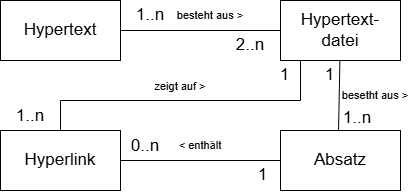
Hi2272/Hi2272.github.io keeps this draw.io diagram as 00Informatik/00Informatik7/03Klassendiagramm/Klassendiagramm.png. Above is the earlier version. Source tidied: cells renumbered, new cells last; positions are measured from the earlier drawing's top-left corner, leaving out a move shared by most shapes.
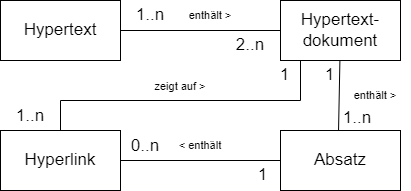
After the change.

Commit message:
Klassendiagramm enthält

Change to the diagram source:
```diff
@@ -13,7 +13,7 @@
         <mxPoint x="338" y="132" as="targetPoint" />
       </mxGeometry>
     </mxCell>
-    <mxCell id="5" value="Hypertext-&lt;br&gt;datei" style="rounded=0;whiteSpace=wrap;html=1;fontSize=17;" parent="1" vertex="1">
+    <mxCell id="5" value="Hypertext-&lt;br&gt;dokument" style="rounded=0;whiteSpace=wrap;html=1;fontSize=17;" parent="1" vertex="1">
       <mxGeometry x="280" width="120" height="60" as="geometry" />
     </mxCell>
     <mxCell id="6" style="shape=connector;rounded=0;jettySize=auto;html=1;strokeColor=default;align=center;verticalAlign=middle;fontFamily=Helvetica;fontSize=11;fontColor=default;labelBackgroundColor=default;endArrow=none;endFill=0;edgeStyle=orthogonalEdgeStyle;" parent="1" edge="1" source="7">
@@ -43,10 +43,10 @@
     <mxCell id="12" value="1..n" style="text;html=1;whiteSpace=wrap;strokeColor=none;fillColor=none;align=center;verticalAlign=middle;rounded=0;fontSize=17;" parent="1" vertex="1">
       <mxGeometry x="120" width="60" height="30" as="geometry" />
     </mxCell>
-    <mxCell id="13" value="besteht aus &amp;gt;" style="text;html=1;whiteSpace=wrap;strokeColor=none;fillColor=none;align=center;verticalAlign=middle;rounded=0;fontFamily=Helvetica;fontSize=11;fontColor=default;labelBackgroundColor=default;" parent="1" vertex="1">
+    <mxCell id="13" value="enthält &amp;gt;" style="text;html=1;whiteSpace=wrap;strokeColor=none;fillColor=none;align=center;verticalAlign=middle;rounded=0;fontFamily=Helvetica;fontSize=11;fontColor=default;labelBackgroundColor=default;" parent="1" vertex="1">
       <mxGeometry x="170" width="80" height="30" as="geometry" />
     </mxCell>
-    <mxCell id="14" value="besetht aus &amp;gt;" style="text;html=1;whiteSpace=wrap;strokeColor=none;fillColor=none;align=center;verticalAlign=middle;rounded=0;fontFamily=Helvetica;fontSize=11;fontColor=default;labelBackgroundColor=default;" parent="1" vertex="1">
+    <mxCell id="14" value="enthält &amp;gt;" style="text;html=1;whiteSpace=wrap;strokeColor=none;fillColor=none;align=center;verticalAlign=middle;rounded=0;fontFamily=Helvetica;fontSize=11;fontColor=default;labelBackgroundColor=default;" parent="1" vertex="1">
       <mxGeometry x="340" y="80" width="70" height="30" as="geometry" />
     </mxCell>
     <mxCell id="15" value="&amp;lt; enthält" style="text;html=1;whiteSpace=wrap;strokeColor=none;fillColor=none;align=center;verticalAlign=middle;rounded=0;fontFamily=Helvetica;fontSize=11;fontColor=default;labelBackgroundColor=default;" parent="1" vertex="1">
```
